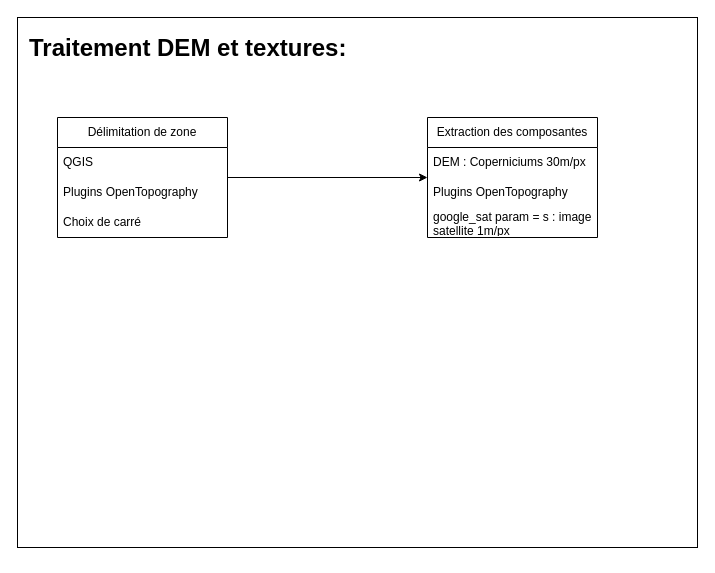
The draw.io diagram Chaine_de_traitement.drawio in mathe2810/mathe2810, before the edit. Source tidied: cells renumbered, new cells numbered last; positions are measured from the earlier drawing's top-left corner, leaving out a move shared by most shapes. Both pictures are drawn from the tidied source at 100%, with x=0, y=0 at pixel (17, 17).
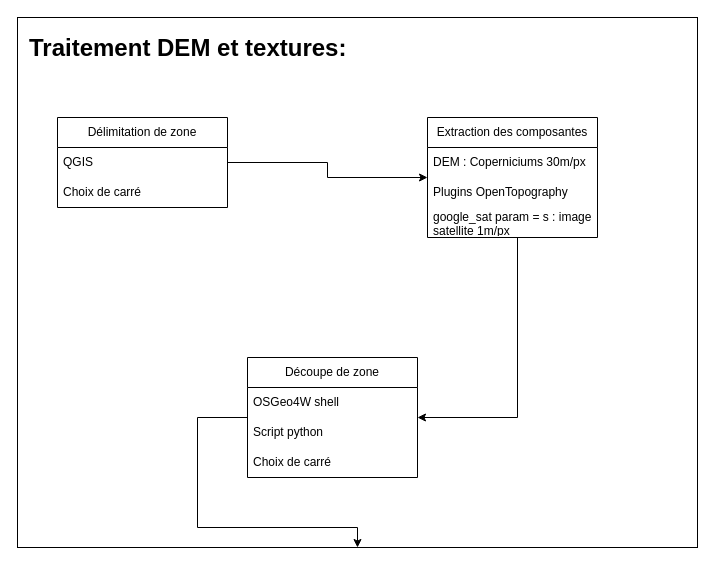
The same page after the edit.

Commit message:
Mettre à jour Chaine_de_traitement.drawio

The change refers to these unchanged cells:
```xml
<mxCell id="2" style="rounded=0;whiteSpace=wrap;html=1;" parent="1" vertex="1">
  <mxGeometry width="680" height="530" as="geometry" />
</mxCell>
<mxCell id="9" value="Extraction des composantes" style="swimlane;fontStyle=0;horizontal=1;startSize=30;whiteSpace=wrap;html=1;" parent="1" vertex="1">
  <mxGeometry x="410" y="100" width="170" height="120" as="geometry" />
</mxCell>
```

Diff of the diagram source:
```diff
@@
     <mxCell id="5" value="Délimitation de zone" style="swimlane;fontStyle=0;horizontal=1;startSize=30;whiteSpace=wrap;html=1;" parent="1" vertex="1">
-      <mxGeometry x="40" y="100" width="170" height="120" as="geometry" />
+      <mxGeometry x="40" y="100" width="170" height="90" as="geometry" />
     </mxCell>
@@
-    <mxCell id="7" value="Plugins OpenTopography" style="text;strokeColor=none;fillColor=none;align=left;verticalAlign=middle;spacingLeft=4;spacingRight=4;overflow=hidden;whiteSpace=wrap;html=1;" parent="5" vertex="1">
-      <mxGeometry y="60" width="170" height="30" as="geometry" />
-    </mxCell>
     <mxCell id="8" value="Choix de carré&amp;nbsp;" style="text;strokeColor=none;fillColor=none;align=left;verticalAlign=middle;spacingLeft=4;spacingRight=4;overflow=hidden;whiteSpace=wrap;html=1;" parent="5" vertex="1">
-      <mxGeometry y="90" width="170" height="30" as="geometry" />
+      <mxGeometry y="60" width="170" height="30" as="geometry" />
     </mxCell>
+    <mxCell id="13" style="edgeStyle=orthogonalEdgeStyle;rounded=0;jettySize=auto;html=1;" parent="1" edge="1" source="9" target="15">
+      <mxGeometry relative="1" as="geometry">
+        <Array as="points">
+          <mxPoint x="500" y="400" />
+        </Array>
+      </mxGeometry>
+    </mxCell>
@@
+    <mxCell id="14" style="edgeStyle=orthogonalEdgeStyle;rounded=0;jettySize=auto;html=1;entryX=0.5;entryY=1;entryDx=0;entryDy=0;exitX=0;exitY=0.5;exitDx=0;exitDy=0;" parent="1" edge="1" source="15" target="2">
+      <mxGeometry relative="1" as="geometry">
+        <Array as="points">
+          <mxPoint x="180" y="400" />
+          <mxPoint x="180" y="510" />
+          <mxPoint x="340" y="510" />
+        </Array>
+      </mxGeometry>
+    </mxCell>
+    <mxCell id="15" value="Découpe de zone" style="swimlane;fontStyle=0;horizontal=1;startSize=30;whiteSpace=wrap;html=1;" parent="1" vertex="1">
+      <mxGeometry x="230" y="340" width="170" height="120" as="geometry" />
+    </mxCell>
+    <mxCell id="16" value="OSGeo4W shell" style="text;strokeColor=none;fillColor=none;align=left;verticalAlign=middle;spacingLeft=4;spacingRight=4;overflow=hidden;whiteSpace=wrap;html=1;" parent="15" vertex="1">
+      <mxGeometry y="30" width="170" height="30" as="geometry" />
+    </mxCell>
+    <mxCell id="17" value="Script python" style="text;strokeColor=none;fillColor=none;align=left;verticalAlign=middle;spacingLeft=4;spacingRight=4;overflow=hidden;whiteSpace=wrap;html=1;" parent="15" vertex="1">
+      <mxGeometry y="60" width="170" height="30" as="geometry" />
+    </mxCell>
+    <mxCell id="18" value="Choix de carré" style="text;strokeColor=none;fillColor=none;align=left;verticalAlign=middle;spacingLeft=4;spacingRight=4;overflow=hidden;whiteSpace=wrap;html=1;" parent="15" vertex="1">
+      <mxGeometry y="90" width="170" height="30" as="geometry" />
+    </mxCell>
```
